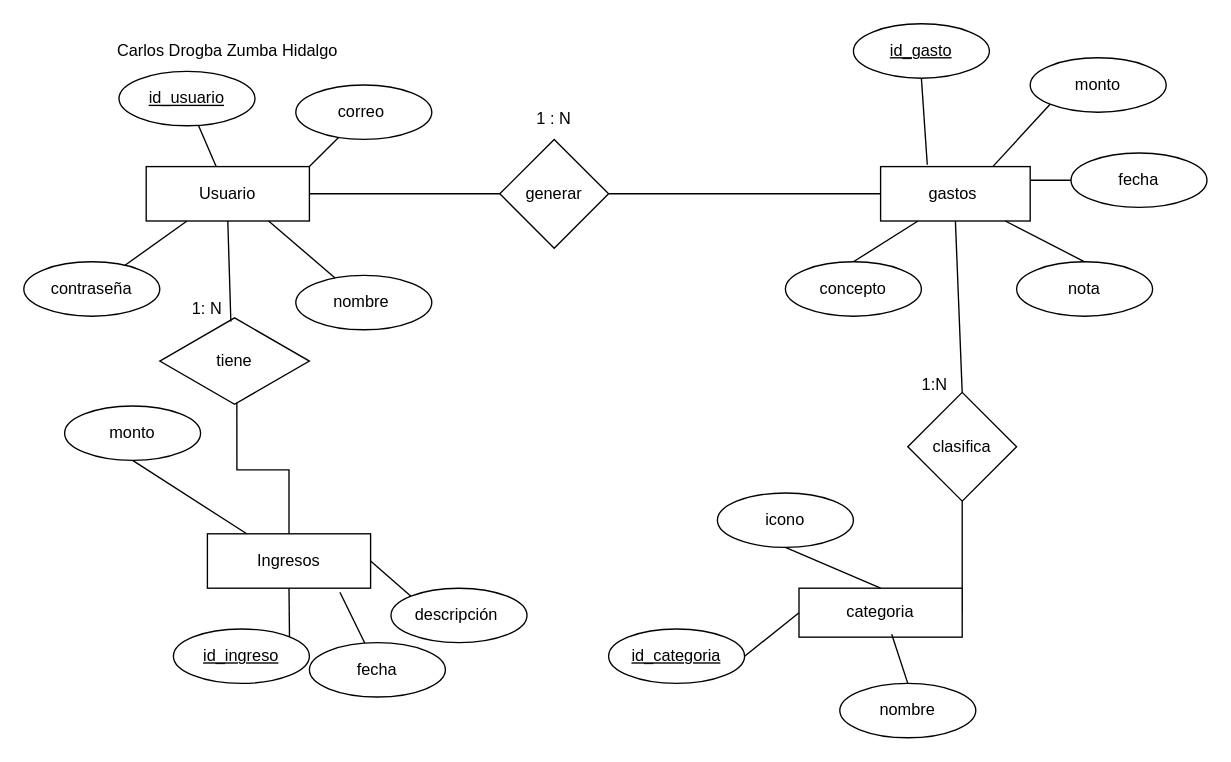
Above: Proyecto de unidad 1.drawio in CarlosZumba16/Base-de-Datos-Unidad-1 (draw.io), before the change. Source tidied: cells renumbered, new cells numbered last; positions are measured from the earlier drawing's top-left corner, leaving out a move shared by most shapes. Both pictures are drawn from the tidied source at 136%, with x=0, y=0 at pixel (23, 23).
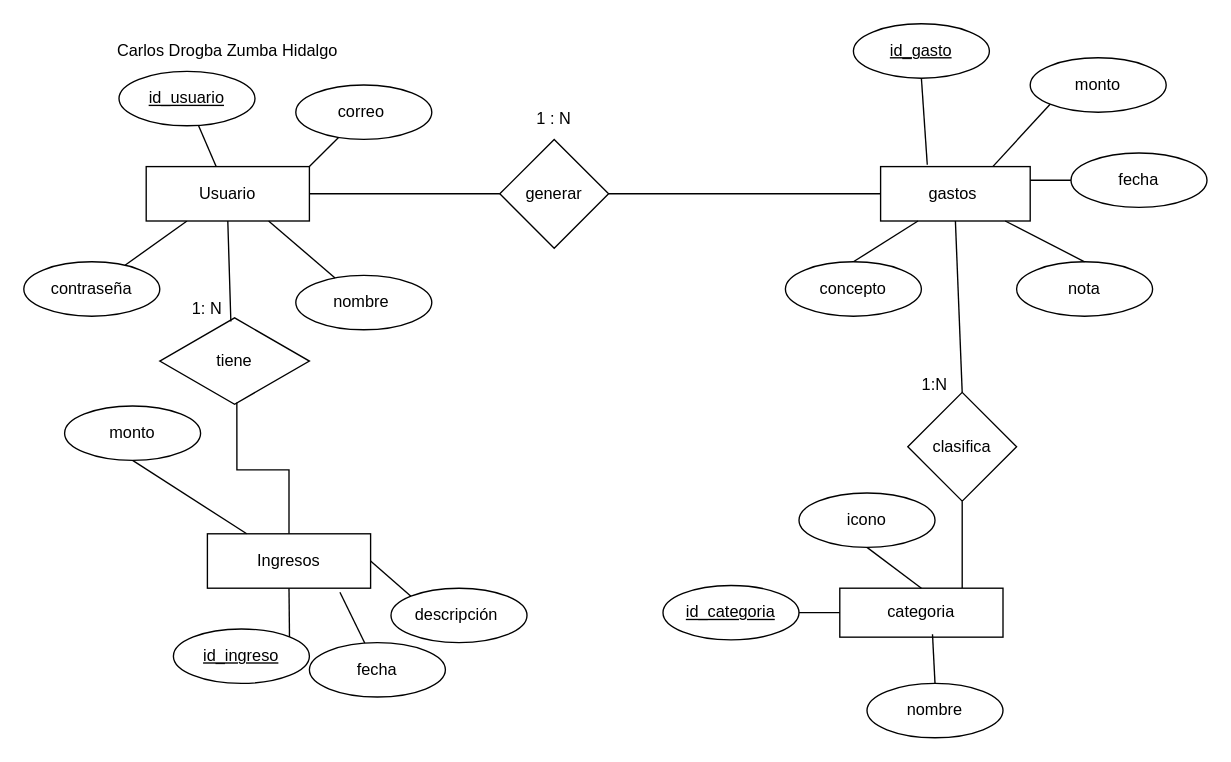
The same page after the edit.

Change to the diagram source:
```diff
@@
-    <mxCell id="41" style="rounded=0;jettySize=auto;html=1;exitX=0.5;exitY=1;exitDx=0;exitDy=0;entryX=1;entryY=0.5;entryDx=0;entryDy=0;endArrow=none;endFill=0;" parent="1" edge="1" source="42" target="43">
+    <mxCell id="41" style="rounded=0;jettySize=auto;html=1;exitX=0.5;exitY=1;exitDx=0;exitDy=0;entryX=0.75;entryY=0;entryDx=0;entryDy=0;endArrow=none;endFill=0;" parent="1" edge="1" source="42" target="43">
       <mxGeometry relative="1" as="geometry" />
     </mxCell>
-    <mxCell id="42" value="clasifica" style="rhombus;whiteSpace=wrap;html=1;" parent="1" vertex="1">
+    <mxCell id="42" value="&amp;nbsp;clasifica&amp;nbsp;" style="rhombus;whiteSpace=wrap;html=1;" parent="1" vertex="1">
       <mxGeometry x="650" y="271" width="80" height="80" as="geometry" />
     </mxCell>
     <mxCell id="43" value="categoria" style="rounded=0;whiteSpace=wrap;html=1;" parent="1" vertex="1">
-      <mxGeometry x="570" y="415" width="120" height="36" as="geometry" />
+      <mxGeometry x="600" y="415" width="120" height="36" as="geometry" />
     </mxCell>
@@
     <mxCell id="45" value="icono" style="ellipse;whiteSpace=wrap;html=1;align=center;newEdgeStyle={&quot;edgeStyle&quot;:&quot;entityRelationEdgeStyle&quot;,&quot;startArrow&quot;:&quot;none&quot;,&quot;endArrow&quot;:&quot;none&quot;,&quot;segment&quot;:10,&quot;curved&quot;:1,&quot;sourcePerimeterSpacing&quot;:0,&quot;targetPerimeterSpacing&quot;:0};" parent="1" vertex="1">
-      <mxGeometry x="510" y="345" width="100" height="40" as="geometry" />
+      <mxGeometry x="570" y="345" width="100" height="40" as="geometry" />
     </mxCell>
     <mxCell id="46" value="nombre" style="ellipse;whiteSpace=wrap;html=1;align=center;newEdgeStyle={&quot;edgeStyle&quot;:&quot;entityRelationEdgeStyle&quot;,&quot;startArrow&quot;:&quot;none&quot;,&quot;endArrow&quot;:&quot;none&quot;,&quot;segment&quot;:10,&quot;curved&quot;:1,&quot;sourcePerimeterSpacing&quot;:0,&quot;targetPerimeterSpacing&quot;:0};" parent="1" vertex="1">
-      <mxGeometry x="600" y="485" width="100" height="40" as="geometry" />
+      <mxGeometry x="620" y="485" width="100" height="40" as="geometry" />
     </mxCell>
@@
     <mxCell id="48" value="&lt;u&gt;id_categoria&lt;/u&gt;" style="ellipse;whiteSpace=wrap;html=1;align=center;newEdgeStyle={&quot;edgeStyle&quot;:&quot;entityRelationEdgeStyle&quot;,&quot;startArrow&quot;:&quot;none&quot;,&quot;endArrow&quot;:&quot;none&quot;,&quot;segment&quot;:10,&quot;curved&quot;:1,&quot;sourcePerimeterSpacing&quot;:0,&quot;targetPerimeterSpacing&quot;:0};" parent="1" vertex="1">
-      <mxGeometry x="430" y="445" width="100" height="40" as="geometry" />
+      <mxGeometry x="470" y="413" width="100" height="40" as="geometry" />
     </mxCell>
```
